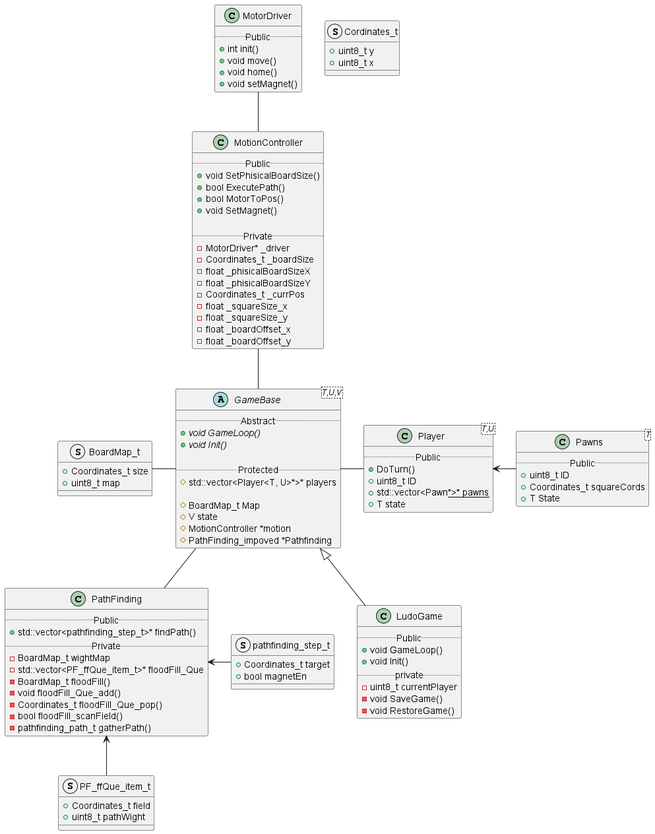
Before: out/documentation/classDiagram/classDiagram.png, a diagram exported from PlantUML (RemonZander/MTG).
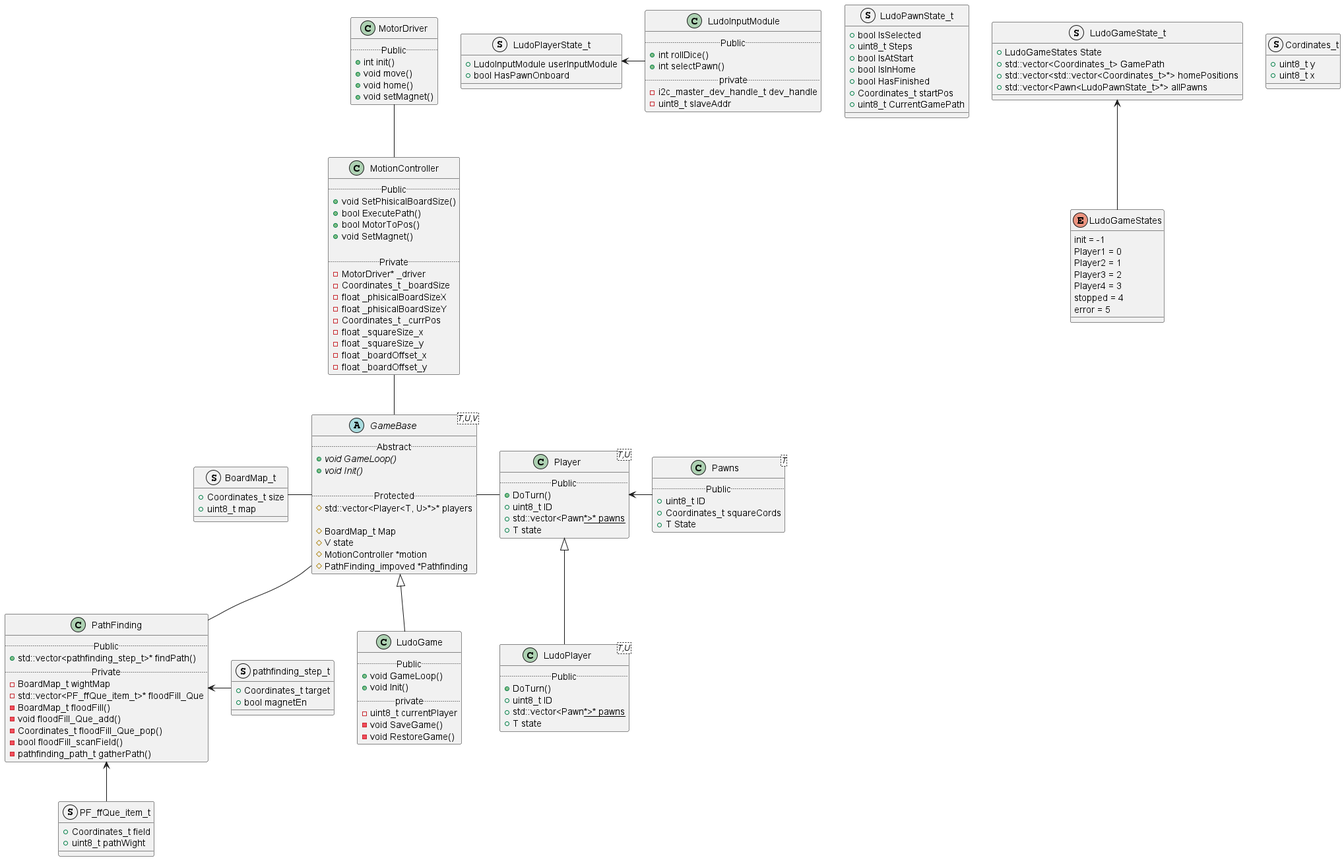
Later version of the same file.

Commit message:
updated class diagram

Diff of the diagram source:
```diff
@@ -28,6 +28,47 @@
     + T State
 }
 
+struct LudoPlayerState_t {
+    + LudoInputModule userInputModule
+    + bool HasPawnOnboard
+}
+
+struct LudoPawnState_t {
+    + bool IsSelected
+    + uint8_t Steps
+    + bool IsAtStart
+    + bool IsInHome
+    + bool HasFinished
+    + Coordinates_t startPos
+    + uint8_t CurrentGamePath
+}
+
+struct LudoGameState_t {
+    + LudoGameStates State
+    + std::vector<Coordinates_t> GamePath
+    + std::vector<std::vector<Coordinates_t>*> homePositions
+    + std::vector<Pawn<LudoPawnState_t>*> allPawns
+}
+
+enum LudoGameStates {
+    init = -1
+    Player1 = 0
+    Player2 = 1
+    Player3 = 2
+    Player4 = 3
+    stopped = 4
+    error = 5
+}
+
+class LudoInputModule {
+    .. Public ..
+    + int rollDice()
+    + int selectPawn()
+    .. private ..
+    - i2c_master_dev_handle_t dev_handle
+    - uint8_t slaveAddr
+}
+
 struct Cordinates_t {
     + uint8_t y
     + uint8_t x
@@ -56,6 +97,14 @@
     - uint8_t currentPlayer
     - void SaveGame()
     - void RestoreGame()
+}
+
+class LudoPlayer<T,U> {
+    .. Public ..
+    + DoTurn()
+    + uint8_t ID
+    + std::vector<Pawn<U>*>* pawns
+    + T state
 }
 
 class MotionController {
@@ -102,9 +151,12 @@
 GameBase -             Player
 Player <-              Pawns
 GameBase <|--           LudoGame
+Player <|--           LudoPlayer
 MotionController --     GameBase
 MotorDriver --          MotionController
 GameBase --             PathFinding
 PathFinding <--         PF_ffQue_item_t
 PathFinding <-         pathfinding_step_t
+LudoPlayerState_t <-   LudoInputModule
+LudoGameState_t <--      LudoGameStates
 @enduml
```
